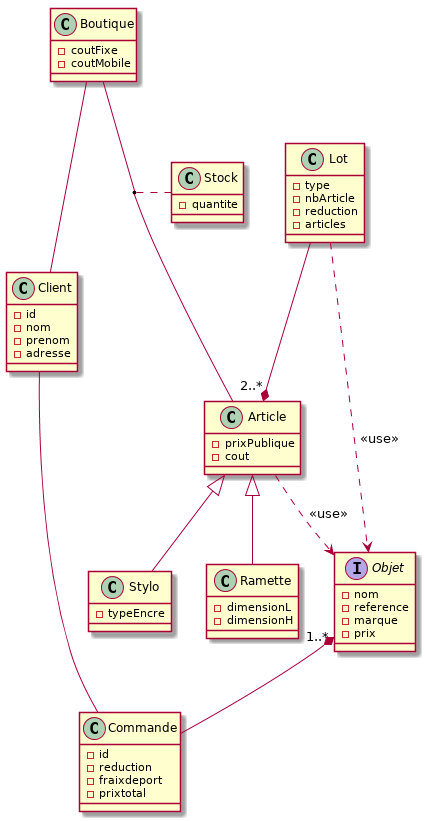
Earlier version of the PlantUML export doc/class_objet.png (Yoanr/GestionBoutique).
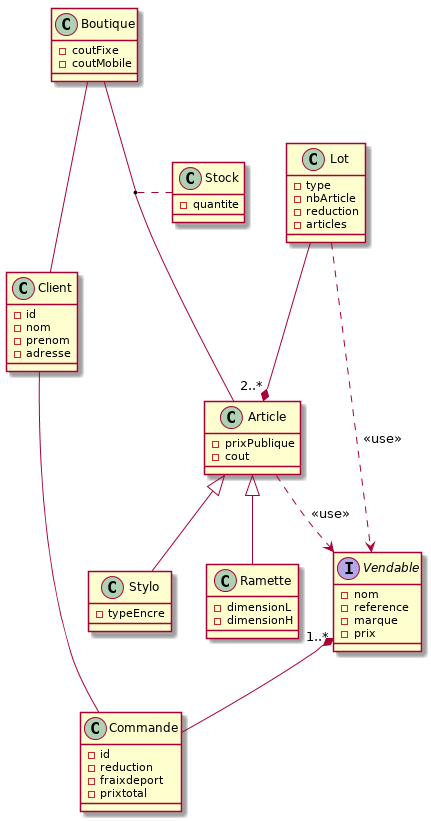
The same diagram one commit later.

Commit message:
Diagramme amelioration

What changed in the source:
```diff
@@ -32,7 +32,7 @@
 -reduction
 -articles
 }
-interface Objet{
+interface Vendable{
 -nom
 -reference
 -marque
@@ -57,12 +57,12 @@
 
 Boutique -- Client
 Client -- Commande
-Article ..> Objet : << use >>
-Lot ..> Objet : << use >>
+Article ..> Vendable : << use >>
+Lot ..> Vendable : << use >>
 Lot --* "2..*" Article
 Stylo -up-|> Article
 Ramette -up-|> Article
-Objet "1..*" *-- Commande
+Vendable "1..*" *-- Commande
 (Boutique, Article) .. Stock
 
 
```
